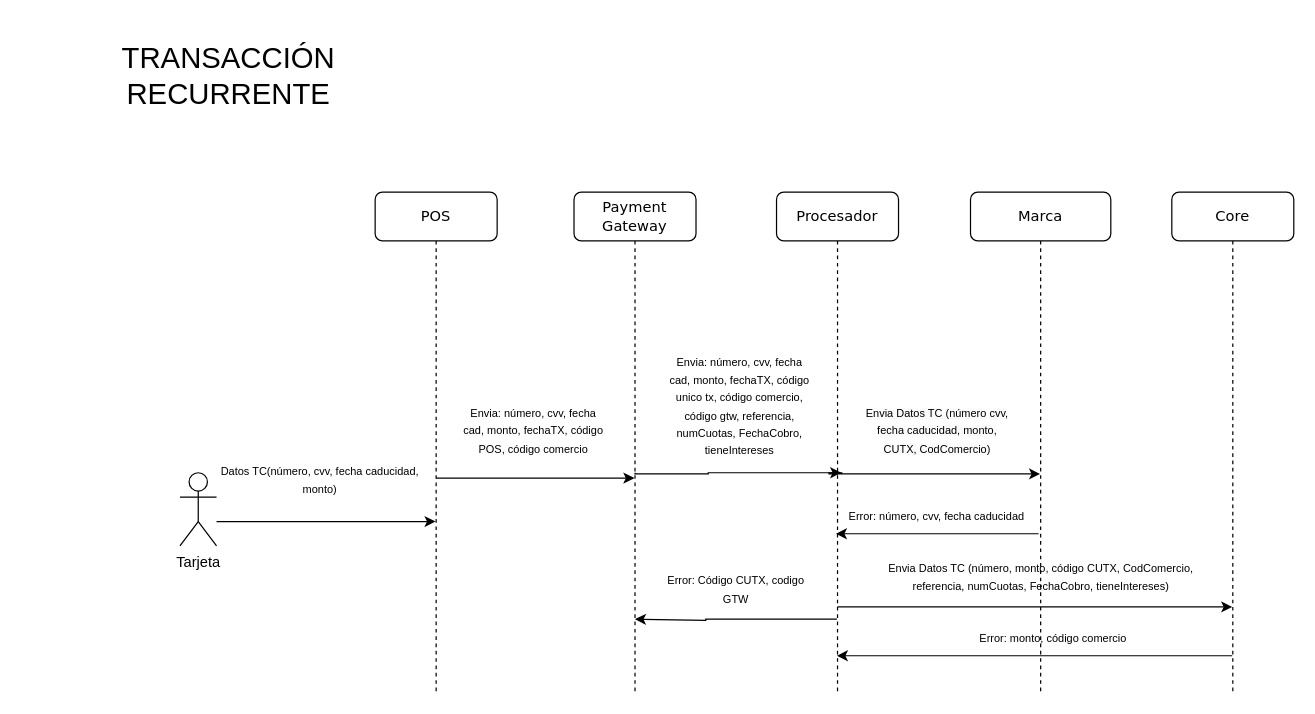
This is DiagramaTransaccionRecurrente.drawio from mvespin1/DiagramasArquitecturaGrupo2, a draw.io file, before an edit. Source tidied: cells renumbered, new cells numbered last; positions are measured from the earlier drawing's top-left corner, leaving out a move shared by most shapes. Both pictures are drawn from the tidied source at 122%, with x=0, y=0 at pixel (21, 21).
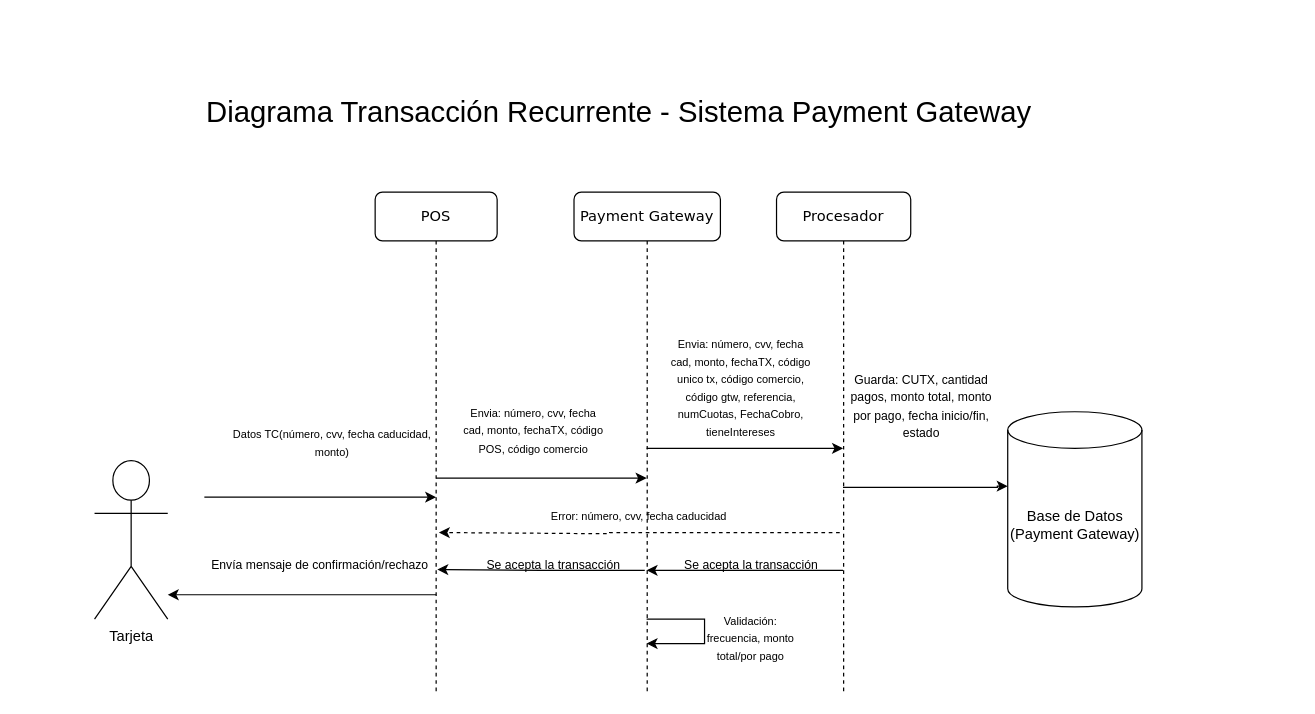
Above is the later version.

The edit, as a diff of the source:
```diff
@@
     <mxCell id="2" value="Payment Gateway" style="shape=umlLifeline;perimeter=lifelinePerimeter;whiteSpace=wrap;html=1;outlineConnect=0;rounded=1;shadow=0;comic=0;labelBackgroundColor=none;strokeWidth=1;fontFamily=Verdana;fontSize=12;align=center;" parent="1" vertex="1">
-      <mxGeometry x="453" y="140" width="100" height="410" as="geometry" />
+      <mxGeometry x="453" y="140" width="120" height="410" as="geometry" />
     </mxCell>
+    <mxCell id="21" value="&lt;font style=&quot;font-size: 9px;&quot;&gt;Error: número, cvv, fecha caducida&lt;/font&gt;&lt;span style=&quot;font-size: 9px; background-color: transparent; color: light-dark(rgb(0, 0, 0), rgb(255, 255, 255));&quot;&gt;d&lt;/span&gt;" style="text;html=1;align=center;verticalAlign=middle;whiteSpace=wrap;rounded=0;" parent="2" vertex="1">
+      <mxGeometry x="-23" y="250" width="153" height="30" as="geometry" />
+    </mxCell>
+    <mxCell id="20" style="edgeStyle=orthogonalEdgeStyle;rounded=0;orthogonalLoop=1;jettySize=auto;html=1;curved=0;dashed=1;" parent="2" edge="1">
+      <mxGeometry relative="1" as="geometry">
+        <mxPoint x="217.8" y="279" as="sourcePoint" />
+        <mxPoint x="-110.8" y="279" as="targetPoint" />
+        <Array as="points">
+          <mxPoint x="29.2" y="279" />
+          <mxPoint x="29.2" y="280" />
+        </Array>
+      </mxGeometry>
+    </mxCell>
+    <mxCell id="25" value="&lt;font size=&quot;1&quot;&gt;Se acepta la transacción&lt;/font&gt;" style="text;html=1;align=center;verticalAlign=middle;whiteSpace=wrap;rounded=0;" parent="2" vertex="1">
+      <mxGeometry x="-93" y="290" width="153" height="30" as="geometry" />
+    </mxCell>
     <mxCell id="3" value="Tarjeta" style="shape=umlActor;verticalLabelPosition=bottom;verticalAlign=top;html=1;" parent="1" vertex="1">
-      <mxGeometry x="130" y="370" width="30" height="60" as="geometry" />
+      <mxGeometry x="60" y="360" width="60" height="130" as="geometry" />
     </mxCell>
-    <mxCell id="4" style="endArrow=classic;html=1;rounded=0;" parent="1" edge="1" target="22">
-      <mxGeometry relative="1" as="geometry">
-        <mxPoint x="160" y="410" as="sourcePoint" />
-      </mxGeometry>
+    <mxCell id="4" style="endArrow=classic;html=1;rounded=0;" parent="1" edge="1" source="32" target="22">
+      <mxGeometry relative="1" as="geometry" />
     </mxCell>
     <mxCell id="5" value="&lt;span style=&quot;font-size: 9px;&quot;&gt;Datos TC(número, cvv, fecha caducidad, monto)&lt;/span&gt;" style="text;strokeColor=none;align=center;fillColor=none;html=1;verticalAlign=middle;whiteSpace=wrap;rounded=0;" parent="1" vertex="1">
-      <mxGeometry x="150" y="360" width="190" height="30" as="geometry" />
+      <mxGeometry x="160" y="330" width="190" height="30" as="geometry" />
     </mxCell>
-    <mxCell id="6" value="&lt;font style=&quot;font-size: 24px;&quot;&gt;TRANSACCIÓN RECURRENTE&lt;/font&gt;" style="text;strokeColor=none;align=center;fillColor=none;html=1;verticalAlign=middle;whiteSpace=wrap;rounded=0;" parent="1" vertex="1">
-      <mxGeometry width="340" height="90" as="geometry" />
+    <mxCell id="6" value="&lt;font style=&quot;font-size: 24px;&quot;&gt;Diagrama Transacción Recurrente - Sistema Payment Gateway&lt;/font&gt;" style="text;strokeColor=none;align=center;fillColor=none;html=1;verticalAlign=middle;whiteSpace=wrap;rounded=0;" parent="1" vertex="1">
+      <mxGeometry x="130" y="30" width="720" height="90" as="geometry" />
     </mxCell>
     <mxCell id="7" value="Procesador" style="shape=umlLifeline;perimeter=lifelinePerimeter;whiteSpace=wrap;html=1;outlineConnect=0;rounded=1;shadow=0;comic=0;labelBackgroundColor=none;strokeWidth=1;fontFamily=Verdana;fontSize=12;align=center;" parent="1" vertex="1">
-      <mxGeometry x="619" y="140" width="100" height="410" as="geometry" />
+      <mxGeometry x="619" y="140" width="110" height="410" as="geometry" />
     </mxCell>
+    <mxCell id="26" style="edgeStyle=orthogonalEdgeStyle;rounded=0;jettySize=auto;html=1;" parent="1" edge="1" source="7">
+      <mxGeometry relative="1" as="geometry">
+        <mxPoint x="808.5" y="381" as="targetPoint" />
+        <Array as="points">
+          <mxPoint x="800" y="382" />
+          <mxPoint x="800" y="381" />
+        </Array>
+      </mxGeometry>
+    </mxCell>
+    <mxCell id="22" value="POS" style="shape=umlLifeline;perimeter=lifelinePerimeter;whiteSpace=wrap;html=1;outlineConnect=0;rounded=1;shadow=0;comic=0;labelBackgroundColor=none;strokeWidth=1;fontFamily=Verdana;fontSize=12;align=center;" parent="1" vertex="1">
+      <mxGeometry x="290" y="140" width="100" height="410" as="geometry" />
+    </mxCell>
+    <mxCell id="27" style="endArrow=classic;html=1;rounded=0;" parent="22" edge="1">
+      <mxGeometry relative="1" as="geometry">
+        <mxPoint x="50" y="330" as="sourcePoint" />
+        <mxPoint x="-170" y="330" as="targetPoint" />
+      </mxGeometry>
+    </mxCell>
+    <mxCell id="28" style="endArrow=classic;html=1;rounded=0;entryX=1.005;entryY=0.644;entryDx=0;entryDy=0;entryPerimeter=0;" parent="22" edge="1" target="32">
+      <mxGeometry relative="1" as="geometry">
+        <mxPoint x="221" y="310" as="sourcePoint" />
+        <Array as="points">
+          <mxPoint x="137" y="310" />
+        </Array>
+      </mxGeometry>
+    </mxCell>
+    <mxCell id="23" style="edgeStyle=orthogonalEdgeStyle;rounded=0;jettySize=auto;html=1;curved=0;" parent="1" edge="1" target="2">
+      <mxGeometry relative="1" as="geometry">
+        <mxPoint x="340" y="374.4" as="sourcePoint" />
+        <Array as="points">
+          <mxPoint x="450" y="374" />
+          <mxPoint x="450" y="374" />
+        </Array>
+      </mxGeometry>
+    </mxCell>
+    <mxCell id="24" value="&lt;font style=&quot;font-size: 9px;&quot;&gt;Envia: número, cvv, fecha cad, monto, fechaTX, código POS, código comercio&lt;/font&gt;" style="text;html=1;align=center;verticalAlign=middle;whiteSpace=wrap;rounded=0;" parent="1" vertex="1">
+      <mxGeometry x="360" y="320" width="120" height="30" as="geometry" />
+    </mxCell>
+    <mxCell id="29" value="Base de Datos (Payment Gateway)" style="shape=cylinder3;whiteSpace=wrap;html=1;boundedLbl=1;backgroundOutline=1;size=15;" parent="1" vertex="1">
+      <mxGeometry x="808.5" y="320" width="110" height="160" as="geometry" />
+    </mxCell>
+    <mxCell id="30" value="&lt;font size=&quot;1&quot;&gt;Guarda: CUTX, cantidad pagos, monto total, monto por pago, fecha inicio/fin, estado&lt;/font&gt;" style="text;html=1;align=center;verticalAlign=middle;whiteSpace=wrap;rounded=0;" parent="1" vertex="1">
+      <mxGeometry x="677.5" y="300" width="120" height="30" as="geometry" />
+    </mxCell>
-    <mxCell id="8" value="&lt;font style=&quot;font-size: 9px;&quot;&gt;Envia: número, cvv, fecha cad, monto, fechaTX, código unico tx, código comercio, código gtw, referencia, numCuotas, FechaCobro, tieneIntereses&lt;/font&gt;" style="text;html=1;align=center;verticalAlign=middle;whiteSpace=wrap;rounded=0;" parent="7" vertex="1">
-      <mxGeometry x="-90" y="160" width="120" height="30" as="geometry" />
+    <mxCell id="8" value="&lt;font style=&quot;font-size: 9px;&quot;&gt;Envia: número, cvv, fecha cad, monto, fechaTX, código unico tx, código comercio, código gtw, referencia, numCuotas, FechaCobro, tieneIntereses&lt;/font&gt;" style="text;html=1;align=center;verticalAlign=middle;whiteSpace=wrap;rounded=0;" parent="1" vertex="1">
+      <mxGeometry x="530" y="290" width="120" height="20" as="geometry" />
     </mxCell>
-    <mxCell id="9" style="edgeStyle=orthogonalEdgeStyle;rounded=0;orthogonalLoop=1;jettySize=auto;html=1;curved=0;" parent="7" edge="1">
+    <mxCell id="9" style="edgeStyle=orthogonalEdgeStyle;rounded=0;jettySize=auto;html=1;curved=0;" parent="1" edge="1" source="2" target="7">
       <mxGeometry relative="1" as="geometry">
-        <mxPoint x="-116" y="230" as="sourcePoint" />
-        <mxPoint x="53" y="230" as="targetPoint" />
         <Array as="points">
-          <mxPoint x="-116" y="231" />
-          <mxPoint x="-56" y="231" />
+          <mxPoint x="590" y="350" />
+          <mxPoint x="590" y="350" />
         </Array>
       </mxGeometry>
     </mxCell>
-    <mxCell id="10" style="edgeStyle=orthogonalEdgeStyle;rounded=0;jettySize=auto;html=1;curved=0;" parent="7" edge="1" source="7">
-      <mxGeometry relative="1" as="geometry">
-        <mxPoint x="-116" y="350" as="targetPoint" />
-        <Array as="points">
-          <mxPoint x="-58" y="350" />
-          <mxPoint x="-58" y="351" />
-          <mxPoint x="-116" y="351" />
-        </Array>
-      </mxGeometry>
-    </mxCell>
-    <mxCell id="11" value="&lt;font style=&quot;font-size: 9px;&quot;&gt;Error: Código CUTX, codigo GTW&lt;/font&gt;" style="text;html=1;align=center;verticalAlign=middle;whiteSpace=wrap;rounded=0;" parent="1" vertex="1">
-      <mxGeometry x="525.8" y="450" width="120" height="30" as="geometry" />
-    </mxCell>
-    <mxCell id="12" value="Marca" style="shape=umlLifeline;perimeter=lifelinePerimeter;whiteSpace=wrap;html=1;outlineConnect=0;rounded=1;shadow=0;comic=0;labelBackgroundColor=none;strokeWidth=1;fontFamily=Verdana;fontSize=12;align=center;" parent="1" vertex="1">
-      <mxGeometry x="778" y="140" width="115" height="410" as="geometry" />
-    </mxCell>
-    <mxCell id="13" style="edgeStyle=orthogonalEdgeStyle;rounded=0;jettySize=auto;html=1;curved=0;" parent="12" edge="1" target="12">
-      <mxGeometry relative="1" as="geometry">
-        <mxPoint x="-105" y="230" as="sourcePoint" />
-        <Array as="points">
-          <mxPoint x="-116" y="231" />
-        </Array>
-      </mxGeometry>
-    </mxCell>
-    <mxCell id="14" value="&lt;font style=&quot;font-size: 9px;&quot;&gt;Envia Datos TC (número, monto, código CUTX, CodComercio, referencia, numCuotas, FechaCobro, tieneIntereses)&lt;/font&gt;" style="text;html=1;align=center;verticalAlign=middle;whiteSpace=wrap;rounded=0;" parent="12" vertex="1">
-      <mxGeometry x="-82.5" y="300" width="280" height="30" as="geometry" />
-    </mxCell>
-    <mxCell id="15" style="edgeStyle=orthogonalEdgeStyle;rounded=0;orthogonalLoop=1;jettySize=auto;html=1;curved=0;" parent="12" edge="1">
-      <mxGeometry relative="1" as="geometry">
-        <mxPoint x="-109.1" y="340" as="sourcePoint" />
-        <mxPoint x="214.5" y="340" as="targetPoint" />
-      </mxGeometry>
-    </mxCell>
-    <mxCell id="16" value="&lt;font style=&quot;font-size: 9px;&quot;&gt;Error: monto, código comercio&lt;/font&gt;" style="text;html=1;align=center;verticalAlign=middle;whiteSpace=wrap;rounded=0;" parent="12" vertex="1">
-      <mxGeometry x="-17.5" y="350" width="170" height="30" as="geometry" />
-    </mxCell>
-    <mxCell id="17" value="Core" style="shape=umlLifeline;perimeter=lifelinePerimeter;whiteSpace=wrap;html=1;outlineConnect=0;rounded=1;shadow=0;comic=0;labelBackgroundColor=none;strokeWidth=1;fontFamily=Verdana;fontSize=12;align=center;" parent="1" vertex="1">
-      <mxGeometry x="943" y="140" width="100" height="410" as="geometry" />
-    </mxCell>
-    <mxCell id="18" value="&lt;br&gt;&lt;span style=&quot;color: rgb(0, 0, 0); font-family: Helvetica; font-size: 9px; font-style: normal; font-variant-ligatures: normal; font-variant-caps: normal; font-weight: 400; letter-spacing: normal; orphans: 2; text-align: center; text-indent: 0px; text-transform: none; widows: 2; word-spacing: 0px; -webkit-text-stroke-width: 0px; white-space: normal; background-color: rgb(251, 251, 251); text-decoration-thickness: initial; text-decoration-style: initial; text-decoration-color: initial; float: none; display: inline !important;&quot;&gt;Envia Datos TC (número cvv, fecha caducidad, monto, CUTX, CodComercio)&lt;/span&gt;&lt;div&gt;&lt;br/&gt;&lt;/div&gt;" style="text;html=1;align=center;verticalAlign=middle;whiteSpace=wrap;rounded=0;" parent="1" vertex="1">
-      <mxGeometry x="690.8" y="320" width="120" height="30" as="geometry" />
-    </mxCell>
-    <mxCell id="19" style="edgeStyle=orthogonalEdgeStyle;rounded=0;jettySize=auto;html=1;curved=0;" parent="1" edge="1" source="17" target="7">
-      <mxGeometry relative="1" as="geometry">
-        <Array as="points">
-          <mxPoint x="843" y="520" />
-          <mxPoint x="843" y="520" />
-        </Array>
-      </mxGeometry>
-    </mxCell>
-    <mxCell id="20" style="edgeStyle=orthogonalEdgeStyle;rounded=0;orthogonalLoop=1;jettySize=auto;html=1;curved=0;" parent="1" edge="1">
-      <mxGeometry relative="1" as="geometry">
-        <mxPoint x="833.8" y="420" as="sourcePoint" />
-        <mxPoint x="667.7" y="420" as="targetPoint" />
-      </mxGeometry>
-    </mxCell>
-    <mxCell id="21" value="&lt;font style=&quot;font-size: 9px;&quot;&gt;Error: número, cvv, fecha caducidad&lt;/font&gt;" style="text;html=1;align=center;verticalAlign=middle;whiteSpace=wrap;rounded=0;" parent="1" vertex="1">
-      <mxGeometry x="674.2" y="390" width="153" height="30" as="geometry" />
-    </mxCell>
-    <mxCell id="22" value="POS" style="shape=umlLifeline;perimeter=lifelinePerimeter;whiteSpace=wrap;html=1;outlineConnect=0;rounded=1;shadow=0;comic=0;labelBackgroundColor=none;strokeWidth=1;fontFamily=Verdana;fontSize=12;align=center;" parent="1" vertex="1">
-      <mxGeometry x="290" y="140" width="100" height="410" as="geometry" />
-    </mxCell>
-    <mxCell id="23" style="edgeStyle=orthogonalEdgeStyle;rounded=0;jettySize=auto;html=1;curved=0;" parent="1" edge="1" target="2">
-      <mxGeometry relative="1" as="geometry">
-        <mxPoint x="340" y="374.4" as="sourcePoint" />
-        <Array as="points">
-          <mxPoint x="450" y="374" />
-          <mxPoint x="450" y="374" />
-        </Array>
-      </mxGeometry>
-    </mxCell>
-    <mxCell id="24" value="&lt;font style=&quot;font-size: 9px;&quot;&gt;Envia: número, cvv, fecha cad, monto, fechaTX, código POS, código comercio&lt;/font&gt;" style="text;html=1;align=center;verticalAlign=middle;whiteSpace=wrap;rounded=0;" parent="1" vertex="1">
-      <mxGeometry x="360" y="320" width="120" height="30" as="geometry" />
-    </mxCell>
+    <mxCell id="31" style="endArrow=classic;html=1;rounded=0;" parent="1" edge="1">
+      <mxGeometry relative="1" as="geometry">
+        <mxPoint x="150" y="390" as="sourcePoint" />
+        <mxPoint x="340" y="390" as="targetPoint" />
+      </mxGeometry>
+    </mxCell>
+    <mxCell id="32" value="&lt;font size=&quot;1&quot;&gt;Envía mensaje de confirmación/rechazo&lt;/font&gt;" style="text;strokeColor=none;align=center;fillColor=none;html=1;verticalAlign=middle;whiteSpace=wrap;rounded=0;" parent="1" vertex="1">
+      <mxGeometry x="150" y="430" width="190" height="30" as="geometry" />
+    </mxCell>
+    <mxCell id="33" style="endArrow=classic;html=1;rounded=0;" parent="1" edge="1" source="2" target="2">
+      <mxGeometry relative="1" as="geometry">
+        <Array as="points">
+          <mxPoint x="540" y="490" />
+          <mxPoint x="560" y="490" />
+          <mxPoint x="560" y="510" />
+          <mxPoint x="540" y="510" />
+        </Array>
+      </mxGeometry>
+    </mxCell>
+    <mxCell id="34" value="&lt;font style=&quot;font-size: 9px;&quot;&gt;Validación: frecuencia, monto total/por pago&lt;/font&gt;" style="text;html=1;align=center;verticalAlign=middle;whiteSpace=wrap;rounded=0;" parent="1" vertex="1">
+      <mxGeometry x="560" y="490" width="76" height="30" as="geometry" />
+    </mxCell>
+    <mxCell id="35" style="endArrow=classic;html=1;rounded=0;" parent="1" edge="1" source="7" target="2">
+      <mxGeometry relative="1" as="geometry">
+        <Array as="points">
+          <mxPoint x="590" y="450" />
+        </Array>
+      </mxGeometry>
+    </mxCell>
+    <mxCell id="36" value="&lt;font size=&quot;1&quot;&gt;Se acepta la transacción&lt;/font&gt;" style="text;html=1;align=center;verticalAlign=middle;whiteSpace=wrap;rounded=0;" parent="1" vertex="1">
+      <mxGeometry x="521.5" y="430" width="153" height="30" as="geometry" />
+    </mxCell>
```
